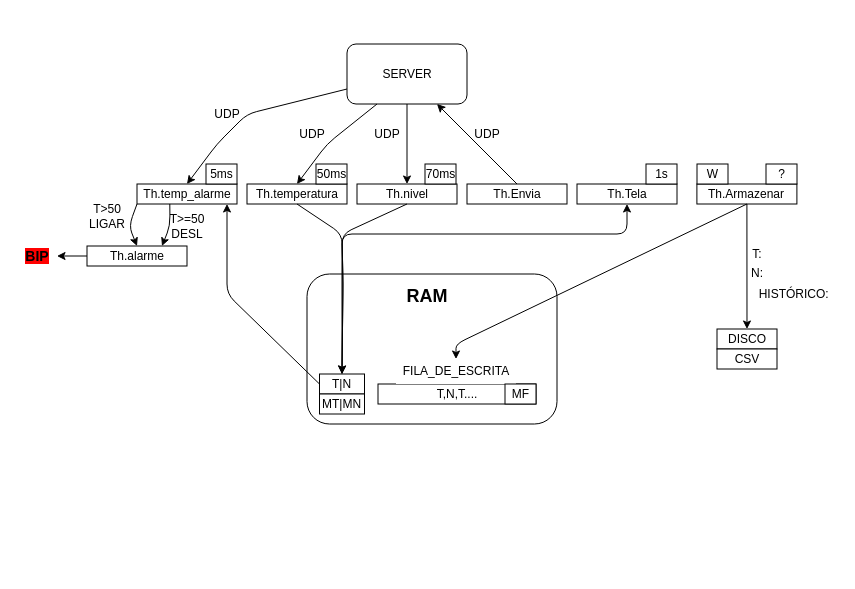
Earlier version of the draw.io diagram imagens/esquema_do_novo_projeto.drawio (ryukinix/str-controlador). Source tidied: cells renumbered, new cells numbered last; positions are measured from the earlier drawing's top-left corner, leaving out a move shared by most shapes. Both pictures are drawn from the tidied source at 100%, with x=0, y=0 at pixel (17, 43).
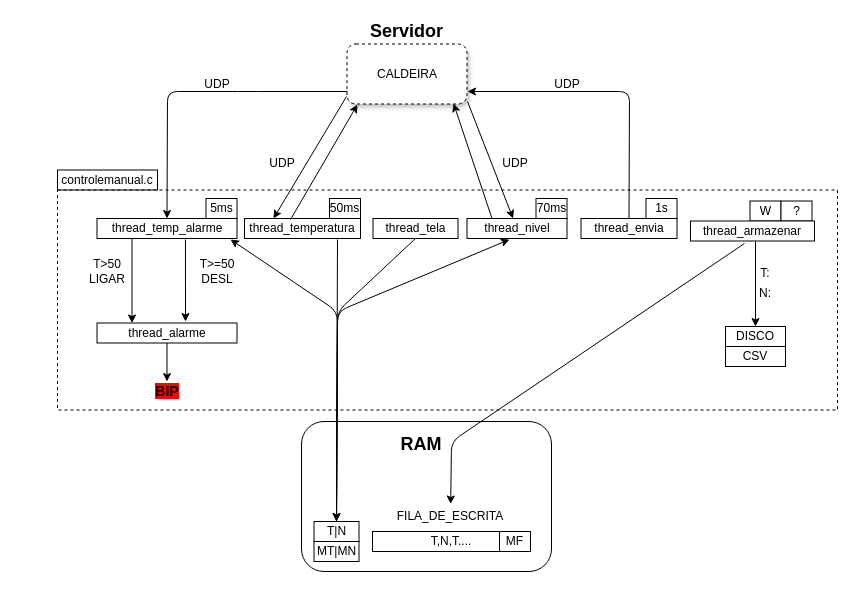
The same page after the edit.

Commit message (it also covers changes not shown here):
reorganizando o novo esquema do projeto

What changed in the source:
```diff
@@
-    <mxCell id="2" value="SERVER" style="rounded=1;whiteSpace=wrap;html=1;" parent="1" vertex="1">
+    <mxCell id="2" value="CALDEIRA" style="rounded=1;whiteSpace=wrap;html=1;shadow=1;dashed=1;" parent="1" vertex="1">
       <mxGeometry x="329.5" y="0.5" width="120" height="60" as="geometry" />
     </mxCell>
-    <mxCell id="3" value="Th.temperatura&lt;br&gt;" style="rounded=0;whiteSpace=wrap;html=1;" parent="1" vertex="1">
-      <mxGeometry x="229.5" y="140.5" width="100" height="20" as="geometry" />
-    </mxCell>
-    <mxCell id="4" value="Th.temp_alarme&lt;br&gt;" style="rounded=0;whiteSpace=wrap;html=1;" parent="1" vertex="1">
-      <mxGeometry x="119.5" y="140.5" width="100" height="20" as="geometry" />
+    <mxCell id="4" value="thread_temp_alarme&lt;br&gt;" style="rounded=0;whiteSpace=wrap;html=1;" parent="1" vertex="1">
+      <mxGeometry x="79.5" y="175" width="140" height="20" as="geometry" />
     </mxCell>
-    <mxCell id="5" value="Th.Tela&lt;br&gt;" style="rounded=0;whiteSpace=wrap;html=1;" parent="1" vertex="1">
-      <mxGeometry x="559.5" y="140.5" width="100" height="20" as="geometry" />
-    </mxCell>
-    <mxCell id="6" value="Th.Armazenar&lt;br&gt;" style="rounded=0;whiteSpace=wrap;html=1;" parent="1" vertex="1">
-      <mxGeometry x="679.4" y="140.5" width="100" height="20" as="geometry" />
-    </mxCell>
-    <mxCell id="7" value="Th.nivel&lt;br&gt;" style="rounded=0;whiteSpace=wrap;html=1;" parent="1" vertex="1">
-      <mxGeometry x="339.5" y="140.5" width="100" height="20" as="geometry" />
+    <mxCell id="7" value="thread_nivel&lt;br&gt;" style="rounded=0;whiteSpace=wrap;html=1;" parent="1" vertex="1">
+      <mxGeometry x="449.5" y="175" width="100" height="20" as="geometry" />
     </mxCell>
-    <mxCell id="8" value="Th.alarme&lt;br&gt;" style="rounded=0;whiteSpace=wrap;html=1;" parent="1" vertex="1">
-      <mxGeometry x="69.5" y="202.5" width="100" height="20" as="geometry" />
+    <mxCell id="8" value="thread_alarme&lt;br&gt;" style="rounded=0;whiteSpace=wrap;html=1;" parent="1" vertex="1">
+      <mxGeometry x="79.5" y="279.5" width="140" height="20" as="geometry" />
     </mxCell>
-    <mxCell id="9" value="Th.Envia&lt;br&gt;" style="rounded=0;whiteSpace=wrap;html=1;" parent="1" vertex="1">
-      <mxGeometry x="449.5" y="140.5" width="100" height="20" as="geometry" />
-    </mxCell>
-    <mxCell id="10" style="endArrow=classic;html=1;exitX=0;exitY=1;exitDx=0;exitDy=0;entryX=0.5;entryY=0;entryDx=0;entryDy=0;exitPerimeter=0;" parent="1" edge="1" source="4" target="8">
-      <mxGeometry relative="1" as="geometry">
-        <Array as="points">
-          <mxPoint x="111.5" y="182.5" />
-        </Array>
-      </mxGeometry>
-    </mxCell>
-    <mxCell id="11" style="endArrow=classic;html=1;entryX=0.5;entryY=0;entryDx=0;entryDy=0;exitX=0;exitY=0.75;exitDx=0;exitDy=0;" parent="1" edge="1" source="2" target="4">
+    <mxCell id="11" style="endArrow=classic;html=1;entryX=0.5;entryY=0;entryDx=0;entryDy=0;" parent="1" edge="1" target="4">
       <mxGeometry relative="1" as="geometry">
+        <mxPoint x="330" y="48" as="sourcePoint" />
         <Array as="points">
-          <mxPoint x="229.5" y="70.5" />
-          <mxPoint x="199.5" y="100.5" />
+          <mxPoint x="230" y="48" />
+          <mxPoint x="150" y="48" />
         </Array>
       </mxGeometry>
     </mxCell>
-    <mxCell id="12" style="endArrow=classic;html=1;entryX=0.5;entryY=0;entryDx=0;entryDy=0;exitX=0.25;exitY=1;exitDx=0;exitDy=0;" parent="1" edge="1" source="2" target="3">
-      <mxGeometry relative="1" as="geometry">
-        <Array as="points">
-          <mxPoint x="309.5" y="100.5" />
-        </Array>
-      </mxGeometry>
-    </mxCell>
-    <mxCell id="13" style="endArrow=classic;html=1;exitX=0.5;exitY=1;exitDx=0;exitDy=0;" parent="1" edge="1" source="2" target="7">
-      <mxGeometry relative="1" as="geometry" />
+    <mxCell id="13" style="endArrow=classic;html=1;" parent="1" edge="1" target="7">
+      <mxGeometry relative="1" as="geometry">
+        <mxPoint x="450" y="58" as="sourcePoint" />
+      </mxGeometry>
     </mxCell>
-    <mxCell id="14" style="endArrow=classic;html=1;entryX=0.75;entryY=1;entryDx=0;entryDy=0;exitX=0.5;exitY=0;exitDx=0;exitDy=0;" parent="1" edge="1" source="9" target="2">
-      <mxGeometry relative="1" as="geometry" />
-    </mxCell>
     <mxCell id="15" style="rounded=1;whiteSpace=wrap;html=1;fillColor=none;" parent="1" vertex="1">
-      <mxGeometry x="289.5" y="230.5" width="250" height="150" as="geometry" />
+      <mxGeometry x="284" y="378" width="250" height="150" as="geometry" />
     </mxCell>
     <mxCell id="16" value="T|N&lt;br&gt;" style="rounded=0;whiteSpace=wrap;html=1;" parent="1" vertex="1">
-      <mxGeometry x="302" y="330.5" width="45" height="20" as="geometry" />
+      <mxGeometry x="296.5" y="478" width="45" height="20" as="geometry" />
     </mxCell>
     <mxCell id="17" value="MT|MN" style="rounded=0;whiteSpace=wrap;html=1;" parent="1" vertex="1">
-      <mxGeometry x="302" y="350.5" width="45" height="20" as="geometry" />
+      <mxGeometry x="296.5" y="498" width="45" height="20" as="geometry" />
     </mxCell>
     <mxCell id="18" value="&lt;div style=&quot;text-align: center&quot;&gt;&lt;span&gt;T,N,T....&lt;/span&gt;&lt;/div&gt;&lt;div style=&quot;text-align: left&quot;&gt;&lt;/div&gt;" style="rounded=0;whiteSpace=wrap;html=1;" parent="1" vertex="1">
-      <mxGeometry x="360.5" y="340.5" width="158" height="20" as="geometry" />
+      <mxGeometry x="355" y="488" width="158" height="20" as="geometry" />
     </mxCell>
     <mxCell id="19" value="FILA_DE_ESCRITA" style="text;html=1;strokeColor=none;fillColor=#FFFFFF;align=center;verticalAlign=middle;whiteSpace=wrap;rounded=0;direction=south;" parent="1" vertex="1">
-      <mxGeometry x="378.5" y="315.5" width="120" height="25" as="geometry" />
+      <mxGeometry x="373" y="460.5" width="120" height="25" as="geometry" />
     </mxCell>
     <mxCell id="20" value="&lt;b&gt;&lt;font style=&quot;font-size: 18px&quot;&gt;RAM&lt;/font&gt;&lt;/b&gt;" style="text;html=1;strokeColor=none;fillColor=#FFFFFF;align=center;verticalAlign=middle;whiteSpace=wrap;rounded=0;" parent="1" vertex="1">
-      <mxGeometry x="389.5" y="245.5" width="40" height="15" as="geometry" />
+      <mxGeometry x="384" y="393" width="40" height="15" as="geometry" />
     </mxCell>
-    <mxCell id="21" style="endArrow=classic;html=1;exitX=0.5;exitY=1;exitDx=0;exitDy=0;" parent="1" edge="1" source="6" target="19">
-      <mxGeometry relative="1" as="geometry">
-        <Array as="points">
-          <mxPoint x="438.5" y="300.5" />
-        </Array>
-      </mxGeometry>
-    </mxCell>
-    <mxCell id="22" style="endArrow=classic;html=1;exitX=0.5;exitY=1;exitDx=0;exitDy=0;entryX=0.5;entryY=0;entryDx=0;entryDy=0;" parent="1" edge="1" source="7" target="16">
-      <mxGeometry relative="1" as="geometry">
-        <Array as="points">
-          <mxPoint x="324.5" y="190.5" />
-          <mxPoint x="325.5" y="240.5" />
-        </Array>
-      </mxGeometry>
-    </mxCell>
-    <mxCell id="23" style="endArrow=classic;html=1;exitX=0.5;exitY=1;exitDx=0;exitDy=0;entryX=0.5;entryY=0;entryDx=0;entryDy=0;" parent="1" edge="1" source="3" target="16">
-      <mxGeometry relative="1" as="geometry">
-        <Array as="points">
-          <mxPoint x="324.5" y="190.5" />
-          <mxPoint x="325.5" y="240.5" />
-        </Array>
-      </mxGeometry>
-    </mxCell>
-    <mxCell id="24" style="endArrow=classic;html=1;exitX=0;exitY=0.5;exitDx=0;exitDy=0;" parent="1" edge="1" source="16">
-      <mxGeometry relative="1" as="geometry">
-        <mxPoint x="209.5" y="160.5" as="targetPoint" />
-        <Array as="points">
-          <mxPoint x="209.5" y="250.5" />
-        </Array>
-      </mxGeometry>
-    </mxCell>
-    <mxCell id="25" style="endArrow=classic;html=1;entryX=0.5;entryY=1;entryDx=0;entryDy=0;exitX=0.5;exitY=0;exitDx=0;exitDy=0;" parent="1" edge="1" source="16" target="5">
-      <mxGeometry relative="1" as="geometry">
-        <Array as="points">
-          <mxPoint x="324.5" y="190.5" />
-          <mxPoint x="609.5" y="190.5" />
-        </Array>
-      </mxGeometry>
-    </mxCell>
-    <mxCell id="26" style="endArrow=classic;html=1;" parent="1" edge="1" source="6" target="27">
-      <mxGeometry relative="1" as="geometry" />
+    <mxCell id="26" style="endArrow=classic;html=1;" parent="1" edge="1" target="27">
+      <mxGeometry relative="1" as="geometry">
+        <mxPoint x="738" y="198" as="sourcePoint" />
+      </mxGeometry>
     </mxCell>
     <mxCell id="27" value="DISCO&lt;br&gt;" style="rounded=0;whiteSpace=wrap;html=1;fillColor=#FFFFFF;" parent="1" vertex="1">
-      <mxGeometry x="699.5" y="285.5" width="60" height="20" as="geometry" />
+      <mxGeometry x="708" y="283" width="60" height="20" as="geometry" />
     </mxCell>
     <mxCell id="28" value="CSV&lt;br&gt;" style="rounded=0;whiteSpace=wrap;html=1;fillColor=#FFFFFF;" parent="1" vertex="1">
-      <mxGeometry x="699.5" y="305.5" width="60" height="20" as="geometry" />
+      <mxGeometry x="708" y="303" width="60" height="20" as="geometry" />
     </mxCell>
     <mxCell id="29" value="T:" style="text;html=1;strokeColor=none;fillColor=none;align=center;verticalAlign=middle;whiteSpace=wrap;rounded=0;" parent="1" vertex="1">
-      <mxGeometry x="729.5" y="200.5" width="20" height="20" as="geometry" />
+      <mxGeometry x="738" y="219.5" width="20" height="20" as="geometry" />
     </mxCell>
     <mxCell id="30" value="N:" style="text;html=1;strokeColor=none;fillColor=none;align=center;verticalAlign=middle;whiteSpace=wrap;rounded=0;" parent="1" vertex="1">
-      <mxGeometry x="729.5" y="219.5" width="20" height="20" as="geometry" />
+      <mxGeometry x="738" y="239.5" width="20" height="20" as="geometry" />
     </mxCell>
-    <mxCell id="31" value="&amp;nbsp;HISTÓRICO:" style="text;html=1;strokeColor=none;fillColor=none;align=center;verticalAlign=middle;whiteSpace=wrap;rounded=0;direction=south;" parent="1" vertex="1">
-      <mxGeometry x="729.5" y="240.5" width="90" height="20" as="geometry" />
-    </mxCell>
     <mxCell id="32" value="UDP" style="text;html=1;strokeColor=none;fillColor=none;align=center;verticalAlign=middle;whiteSpace=wrap;rounded=0;" parent="1" vertex="1">
-      <mxGeometry x="189.5" y="60.5" width="40" height="20" as="geometry" />
+      <mxGeometry x="180" y="30.5" width="40" height="20" as="geometry" />
     </mxCell>
     <mxCell id="33" value="UDP" style="text;html=1;strokeColor=none;fillColor=none;align=center;verticalAlign=middle;whiteSpace=wrap;rounded=0;" parent="1" vertex="1">
-      <mxGeometry x="275" y="80.5" width="40" height="20" as="geometry" />
+      <mxGeometry x="244.5" y="110" width="40" height="20" as="geometry" />
     </mxCell>
-    <mxCell id="34" value="UDP" style="text;html=1;strokeColor=none;fillColor=none;align=center;verticalAlign=middle;whiteSpace=wrap;rounded=0;" parent="1" vertex="1">
-      <mxGeometry x="349.5" y="80.5" width="40" height="20" as="geometry" />
-    </mxCell>
     <mxCell id="35" value="UDP" style="text;html=1;strokeColor=none;fillColor=none;align=center;verticalAlign=middle;whiteSpace=wrap;rounded=0;" parent="1" vertex="1">
-      <mxGeometry x="449.5" y="80.5" width="40" height="20" as="geometry" />
+      <mxGeometry x="478" y="110" width="40" height="20" as="geometry" />
     </mxCell>
     <mxCell id="36" value="&lt;font style=&quot;font-size: 14px&quot;&gt;&lt;b style=&quot;background-color: rgb(255 , 0 , 0)&quot;&gt;BIP&lt;/b&gt;&lt;/font&gt;" style="text;html=1;strokeColor=none;fillColor=none;align=center;verticalAlign=middle;whiteSpace=wrap;rounded=0;" parent="1" vertex="1">
-      <mxGeometry x="-0.5" y="202.5" width="40" height="20" as="geometry" />
+      <mxGeometry x="129.5" y="338" width="40" height="20" as="geometry" />
     </mxCell>
-    <mxCell id="37" style="endArrow=classic;html=1;exitX=0;exitY=0.5;exitDx=0;exitDy=0;entryX=1;entryY=0.5;entryDx=0;entryDy=0;" parent="1" edge="1" source="8" target="36">
-      <mxGeometry relative="1" as="geometry" />
-    </mxCell>
     <mxCell id="38" value="50ms" style="rounded=0;whiteSpace=wrap;html=1;fillColor=#FFFFFF;" parent="1" vertex="1">
-      <mxGeometry x="298.5" y="120.5" width="31" height="20" as="geometry" />
+      <mxGeometry x="312" y="155" width="31" height="20" as="geometry" />
     </mxCell>
     <mxCell id="39" value="70ms" style="rounded=0;whiteSpace=wrap;html=1;fillColor=#FFFFFF;" parent="1" vertex="1">
-      <mxGeometry x="407.5" y="120.5" width="31" height="20" as="geometry" />
+      <mxGeometry x="518.5" y="155" width="31" height="20" as="geometry" />
     </mxCell>
     <mxCell id="40" value="5ms" style="rounded=0;whiteSpace=wrap;html=1;fillColor=#FFFFFF;" parent="1" vertex="1">
-      <mxGeometry x="188.5" y="120.5" width="31" height="20" as="geometry" />
+      <mxGeometry x="188.5" y="155" width="31" height="20" as="geometry" />
     </mxCell>
     <mxCell id="41" value="W" style="rounded=0;whiteSpace=wrap;html=1;fillColor=#FFFFFF;" parent="1" vertex="1">
-      <mxGeometry x="679.5" y="120.5" width="31" height="20" as="geometry" />
+      <mxGeometry x="732.5" y="157.5" width="31" height="20" as="geometry" />
     </mxCell>
     <mxCell id="42" value="?" style="rounded=0;whiteSpace=wrap;html=1;fillColor=#FFFFFF;" parent="1" vertex="1">
-      <mxGeometry x="748.5" y="120.5" width="31" height="20" as="geometry" />
+      <mxGeometry x="763.5" y="157.5" width="31" height="20" as="geometry" />
     </mxCell>
     <mxCell id="43" value="MF" style="rounded=0;whiteSpace=wrap;html=1;fillColor=#FFFFFF;" parent="1" vertex="1">
-      <mxGeometry x="487.5" y="340.5" width="31" height="20" as="geometry" />
+      <mxGeometry x="482" y="488" width="31" height="20" as="geometry" />
     </mxCell>
-    <mxCell id="44" style="endArrow=classic;html=1;entryX=0.75;entryY=0;entryDx=0;entryDy=0;exitX=0.328;exitY=0.998;exitDx=0;exitDy=0;exitPerimeter=0;" parent="1" edge="1" source="4" target="8">
-      <mxGeometry relative="1" as="geometry">
-        <Array as="points">
-          <mxPoint x="152.5" y="182.5" />
-        </Array>
-      </mxGeometry>
-    </mxCell>
     <mxCell id="45" value="T&amp;gt;50&lt;br&gt;LIGAR&lt;br&gt;" style="text;html=1;strokeColor=none;fillColor=none;align=center;verticalAlign=middle;whiteSpace=wrap;rounded=0;" parent="1" vertex="1">
-      <mxGeometry x="69.5" y="160.5" width="40" height="25" as="geometry" />
+      <mxGeometry x="70" y="215" width="40" height="25" as="geometry" />
     </mxCell>
     <mxCell id="46" value="T&amp;gt;=50&lt;br&gt;DESL&lt;br&gt;" style="text;html=1;strokeColor=none;fillColor=none;align=center;verticalAlign=middle;whiteSpace=wrap;rounded=0;" parent="1" vertex="1">
-      <mxGeometry x="149.5" y="170" width="40" height="25" as="geometry" />
+      <mxGeometry x="180" y="215" width="40" height="25" as="geometry" />
     </mxCell>
     <mxCell id="47" value="1s" style="rounded=0;whiteSpace=wrap;html=1;fillColor=#FFFFFF;" parent="1" vertex="1">
-      <mxGeometry x="628.5" y="120.5" width="31" height="20" as="geometry" />
+      <mxGeometry x="628.5" y="155" width="31" height="20" as="geometry" />
     </mxCell>
+    <mxCell id="48" value="thread_temperatura&lt;br&gt;" style="rounded=0;whiteSpace=wrap;html=1;" parent="1" vertex="1">
+      <mxGeometry x="227" y="175" width="116" height="20" as="geometry" />
+    </mxCell>
+    <mxCell id="49" value="thread_envia&lt;br&gt;" style="rounded=0;whiteSpace=wrap;html=1;" parent="1" vertex="1">
+      <mxGeometry x="563.5" y="175" width="96" height="20" as="geometry" />
+    </mxCell>
+    <mxCell id="50" value="thread_tela&lt;br&gt;" style="rounded=0;whiteSpace=wrap;html=1;" parent="1" vertex="1">
+      <mxGeometry x="355.5" y="175" width="85" height="20" as="geometry" />
+    </mxCell>
+    <mxCell id="51" value="thread_armazenar&lt;br&gt;" style="rounded=0;whiteSpace=wrap;html=1;" parent="1" vertex="1">
+      <mxGeometry x="673" y="177.5" width="124" height="20" as="geometry" />
+    </mxCell>
+    <mxCell id="52" value="&lt;b&gt;&lt;font style=&quot;font-size: 18px&quot;&gt;Servidor&lt;/font&gt;&lt;/b&gt;" style="text;html=1;strokeColor=none;fillColor=none;align=center;verticalAlign=middle;whiteSpace=wrap;rounded=0;shadow=1;dashed=1;" parent="1" vertex="1">
+      <mxGeometry x="334" y="-22" width="111" height="20" as="geometry" />
+    </mxCell>
+    <mxCell id="53" style="endArrow=classic;html=1;exitX=0.397;exitY=0.05;exitDx=0;exitDy=0;exitPerimeter=0;" parent="1" edge="1" source="48">
+      <mxGeometry relative="1" as="geometry">
+        <mxPoint x="340" y="61" as="targetPoint" />
+      </mxGeometry>
+    </mxCell>
+    <mxCell id="54" style="endArrow=classic;html=1;entryX=0.25;entryY=0;entryDx=0;entryDy=0;exitX=-0.004;exitY=0.875;exitDx=0;exitDy=0;exitPerimeter=0;" parent="1" edge="1" source="2" target="48">
+      <mxGeometry relative="1" as="geometry" />
+    </mxCell>
+    <mxCell id="55" style="endArrow=classic;html=1;entryX=0.888;entryY=0.992;entryDx=0;entryDy=0;entryPerimeter=0;exitX=0.25;exitY=0;exitDx=0;exitDy=0;" parent="1" edge="1" source="7" target="2">
+      <mxGeometry relative="1" as="geometry" />
+    </mxCell>
+    <mxCell id="56" style="endArrow=classic;html=1;entryX=0.5;entryY=0;entryDx=0;entryDy=0;exitX=0.5;exitY=0;exitDx=0;exitDy=0;" parent="1" edge="1" source="49">
+      <mxGeometry relative="1" as="geometry">
+        <mxPoint x="450" y="48" as="targetPoint" />
+        <Array as="points">
+          <mxPoint x="612" y="48" />
+        </Array>
+      </mxGeometry>
+    </mxCell>
+    <mxCell id="34" value="UDP" style="text;html=1;strokeColor=none;fillColor=none;align=center;verticalAlign=middle;whiteSpace=wrap;rounded=0;" parent="1" vertex="1">
+      <mxGeometry x="529.5" y="30.5" width="40" height="20" as="geometry" />
+    </mxCell>
+    <mxCell id="57" style="endArrow=classic;html=1;exitX=0.25;exitY=1;exitDx=0;exitDy=0;entryX=0.25;entryY=0;entryDx=0;entryDy=0;" parent="1" edge="1" source="4" target="8">
+      <mxGeometry relative="1" as="geometry" />
+    </mxCell>
+    <mxCell id="58" style="endArrow=classic;html=1;entryX=0.632;entryY=1.05;entryDx=0;entryDy=0;entryPerimeter=0;exitX=0.632;exitY=1.05;exitDx=0;exitDy=0;exitPerimeter=0;" parent="1" edge="1" source="4">
+      <mxGeometry relative="1" as="geometry">
+        <mxPoint x="168" y="278" as="targetPoint" />
+      </mxGeometry>
+    </mxCell>
+    <mxCell id="37" style="endArrow=classic;html=1;exitX=0.5;exitY=1;exitDx=0;exitDy=0;entryX=0.5;entryY=0;entryDx=0;entryDy=0;" parent="1" edge="1" source="8" target="36">
+      <mxGeometry relative="1" as="geometry" />
+    </mxCell>
+    <mxCell id="59" style="rounded=0;whiteSpace=wrap;html=1;shadow=0;dashed=1;fillColor=none;" parent="1" vertex="1">
+      <mxGeometry x="40" y="146.5" width="780" height="220" as="geometry" />
+    </mxCell>
+    <mxCell id="60" value="controlemanual.c" style="text;html=1;strokeColor=#000000;fillColor=none;align=center;verticalAlign=middle;whiteSpace=wrap;rounded=0;shadow=0;" parent="1" vertex="1">
+      <mxGeometry x="40" y="126.5" width="100" height="20" as="geometry" />
+    </mxCell>
+    <mxCell id="61" style="endArrow=classic;html=1;exitX=0.5;exitY=0;exitDx=0;exitDy=0;entryX=0.954;entryY=1.05;entryDx=0;entryDy=0;entryPerimeter=0;" parent="1" edge="1" source="16" target="4">
+      <mxGeometry relative="1" as="geometry">
+        <Array as="points">
+          <mxPoint x="320" y="268" />
+        </Array>
+      </mxGeometry>
+    </mxCell>
+    <mxCell id="62" style="endArrow=classic;html=1;entryX=0.5;entryY=0;entryDx=0;entryDy=0;" parent="1" edge="1" target="16">
+      <mxGeometry relative="1" as="geometry">
+        <mxPoint x="320" y="196" as="sourcePoint" />
+      </mxGeometry>
+    </mxCell>
+    <mxCell id="63" style="endArrow=classic;html=1;exitX=0.5;exitY=1;exitDx=0;exitDy=0;entryX=0.5;entryY=0;entryDx=0;entryDy=0;" parent="1" edge="1" source="50" target="16">
+      <mxGeometry relative="1" as="geometry">
+        <Array as="points">
+          <mxPoint x="320" y="268" />
+        </Array>
+      </mxGeometry>
+    </mxCell>
+    <mxCell id="64" style="endArrow=classic;html=1;exitX=0.5;exitY=0;exitDx=0;exitDy=0;entryX=0.425;entryY=1.05;entryDx=0;entryDy=0;entryPerimeter=0;" parent="1" edge="1" source="16" target="7">
+      <mxGeometry relative="1" as="geometry">
+        <Array as="points">
+          <mxPoint x="320" y="268" />
+        </Array>
+      </mxGeometry>
+    </mxCell>
+    <mxCell id="65" style="endArrow=classic;html=1;exitX=0.435;exitY=1.125;exitDx=0;exitDy=0;exitPerimeter=0;" parent="1" edge="1" source="51" target="19">
+      <mxGeometry relative="1" as="geometry">
+        <Array as="points">
+          <mxPoint x="434" y="398" />
+        </Array>
+      </mxGeometry>
+    </mxCell>
```
